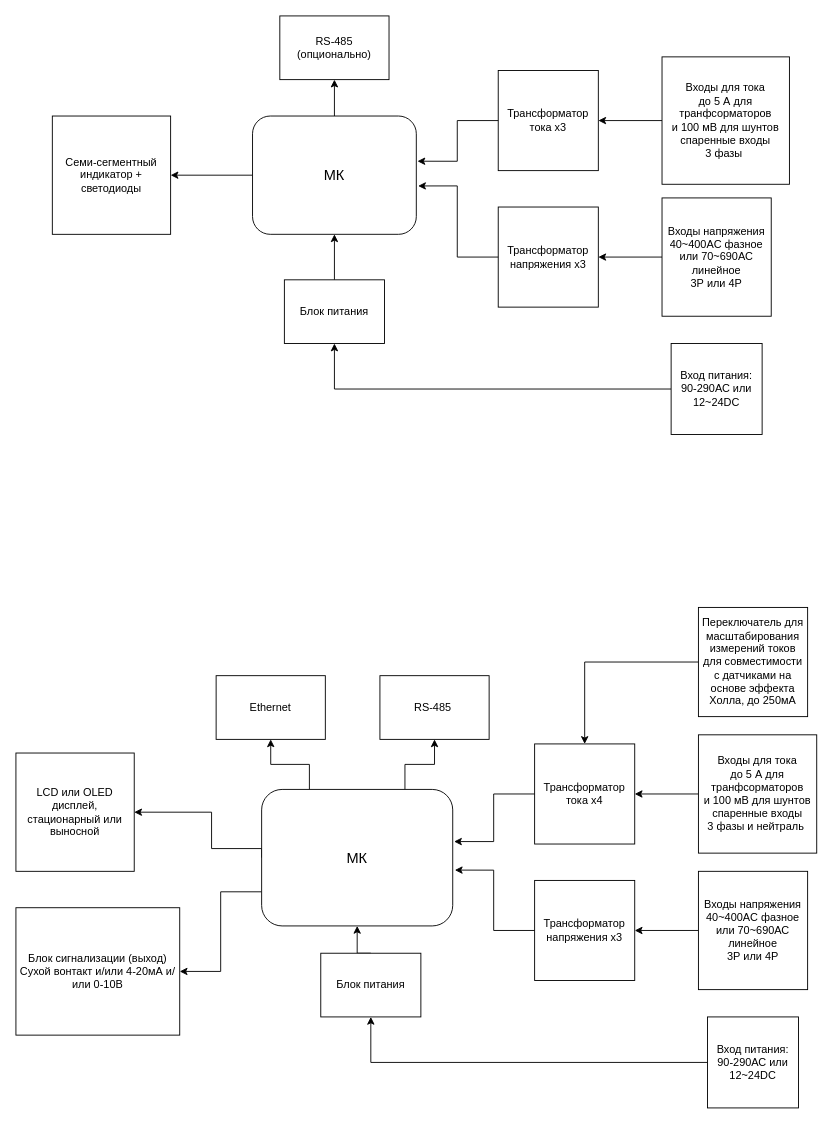
This is концептИзм.drawio from SokolovRV/draw, a draw.io file, before an edit. Source tidied: cells renumbered, new cells numbered last; positions are measured from the earlier drawing's top-left corner, leaving out a move shared by most shapes. Both pictures are drawn from the tidied source at 91%, with x=0, y=0 at pixel (15, 15).
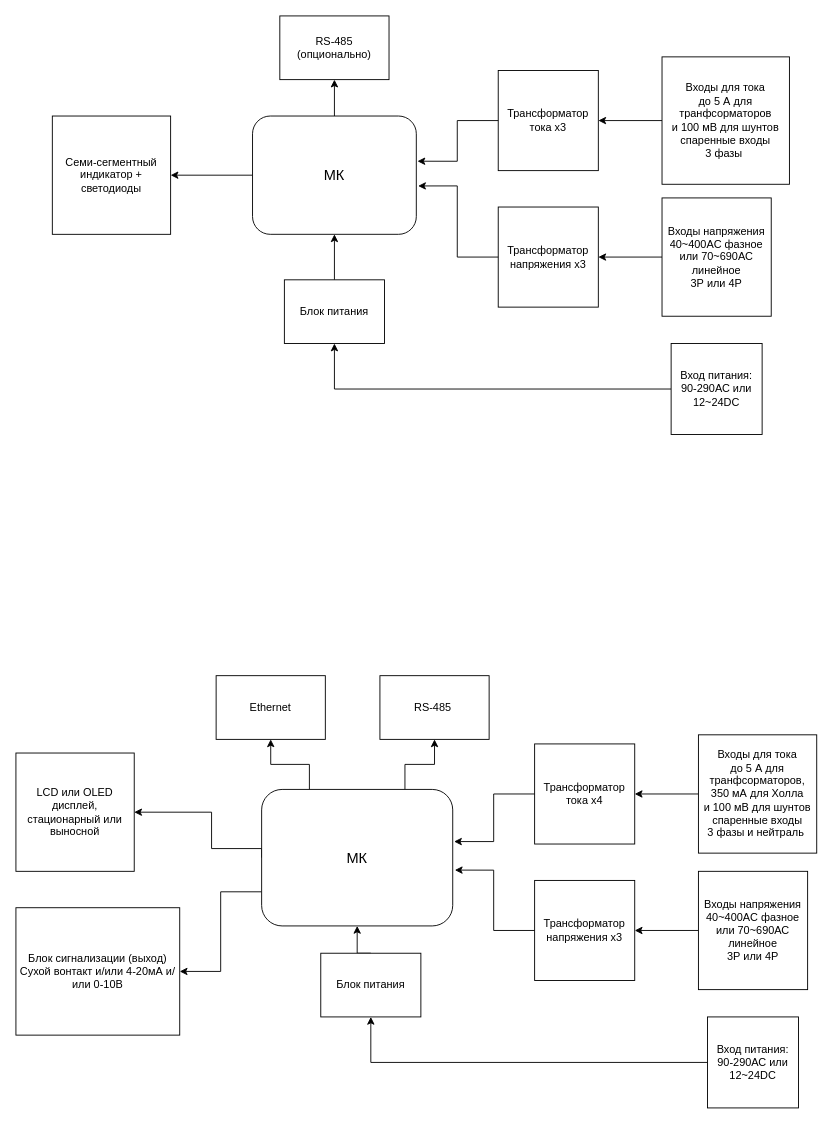
The same diagram, later.

The change refers to these unchanged cells:
```xml
<mxCell id="25" value="Трансформатор тока х4" style="whiteSpace=wrap;html=1;" parent="1" vertex="1">
  <mxGeometry x="570" y="800" width="110" height="110" as="geometry" />
</mxCell>
```

The edit, as a diff of the source:
```diff
@@
-    <mxCell id="35" value="Входы для тока&lt;br&gt;до 5 А для транфсорматоров&lt;br&gt;и 100 мВ для шунтов&lt;br&gt;спаренные входы&lt;br&gt;3 фазы и нейтраль&amp;nbsp;" style="whiteSpace=wrap;html=1;" parent="1" vertex="1">
+    <mxCell id="35" value="Входы для тока&lt;br&gt;до 5 А для транфсорматоров,&lt;div&gt;350 мА для Холла&lt;br&gt;и 100 мВ для шунтов&lt;br&gt;спаренные входы&lt;br&gt;3 фазы и нейтраль&amp;nbsp;&lt;/div&gt;" style="whiteSpace=wrap;html=1;" parent="1" vertex="1">
       <mxGeometry x="750" y="790" width="130" height="130" as="geometry" />
     </mxCell>
@@
-    <mxCell id="40" style="edgeStyle=orthogonalEdgeStyle;rounded=0;jettySize=auto;html=1;exitX=0;exitY=0.5;exitDx=0;exitDy=0;entryX=0.5;entryY=0;entryDx=0;entryDy=0;" parent="1" edge="1" source="41" target="25">
-      <mxGeometry relative="1" as="geometry" />
-    </mxCell>
-    <mxCell id="41" value="Переключатель для масштабирования измерений токов для совместимости с датчиками на основе эффекта Холла, до 250мА" style="whiteSpace=wrap;html=1;" parent="1" vertex="1">
-      <mxGeometry x="750" y="650" width="120" height="120" as="geometry" />
-    </mxCell>
```
